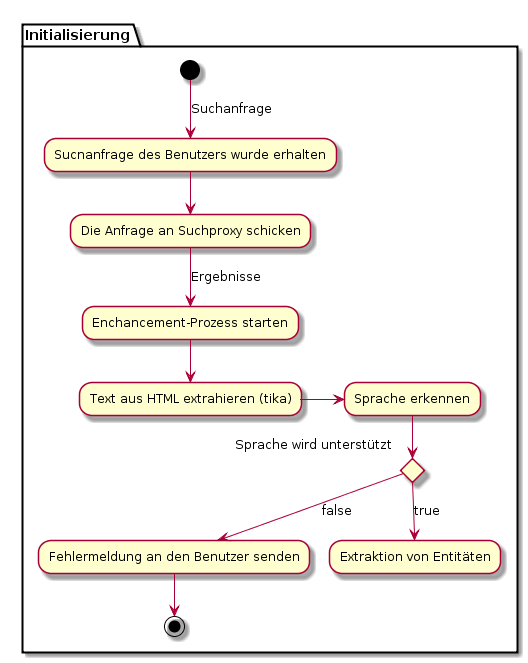
The PlantUML diagram vorstellung/diagramms/funktionsweise.png in tastatur/masterarbeit, before a commit.
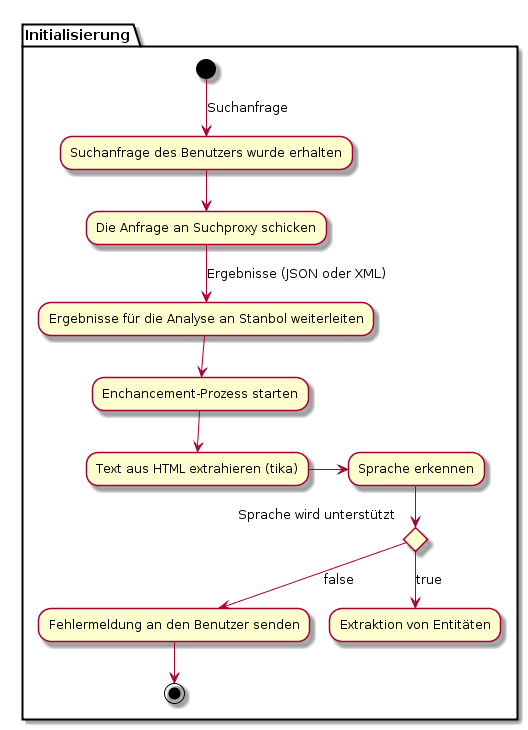
After the commit.

Commit message:
Neue Diagrammen

What changed in the source:
```diff
@@ -1,9 +1,10 @@
 @startuml
 
 partition Initialisierung {
-(*) -->[Suchanfrage] "Sucnanfrage des Benutzers wurde erhalten"
-"Sucnanfrage des Benutzers wurde erhalten" --> "Die Anfrage an Suchproxy schicken"
-"Die Anfrage an Suchproxy schicken" -->[Ergebnisse] "Enchancement-Prozess starten"
+(*) -->[Suchanfrage] "Suchanfrage des Benutzers wurde erhalten"
+"Suchanfrage des Benutzers wurde erhalten" --> "Die Anfrage an Suchproxy schicken"
+"Die Anfrage an Suchproxy schicken" -->[Ergebnisse (JSON oder XML)] "Ergebnisse für die Analyse an Stanbol weiterleiten"
+"Ergebnisse für die Analyse an Stanbol weiterleiten" --> "Enchancement-Prozess starten"
 "Enchancement-Prozess starten" --> "Text aus HTML extrahieren (tika)"
 "Text aus HTML extrahieren (tika)" --right> "Sprache erkennen"
 if "Sprache wird unterstützt" then
```
